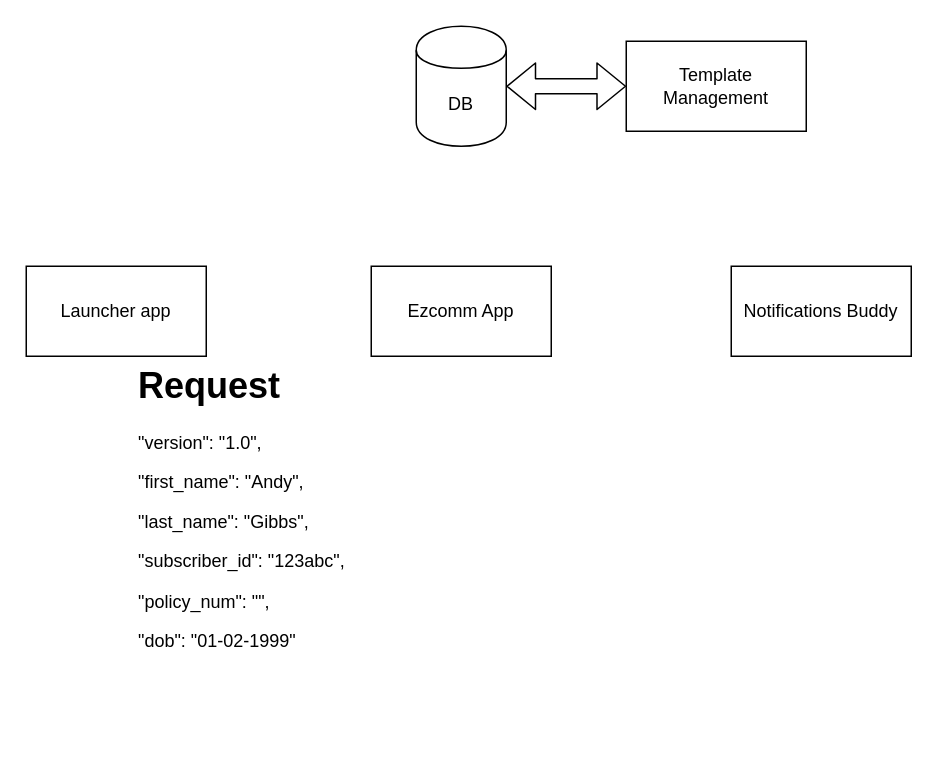
Above: Ezcomm_flow_req_and_res_bodies.drawio in rachakondaharish/DrawIo (draw.io), before the change. Source tidied: cells renumbered, new cells numbered last; positions are measured from the earlier drawing's top-left corner, leaving out a move shared by most shapes. Both pictures are drawn from the tidied source at 150%, with x=0, y=0 at pixel (26, 26).
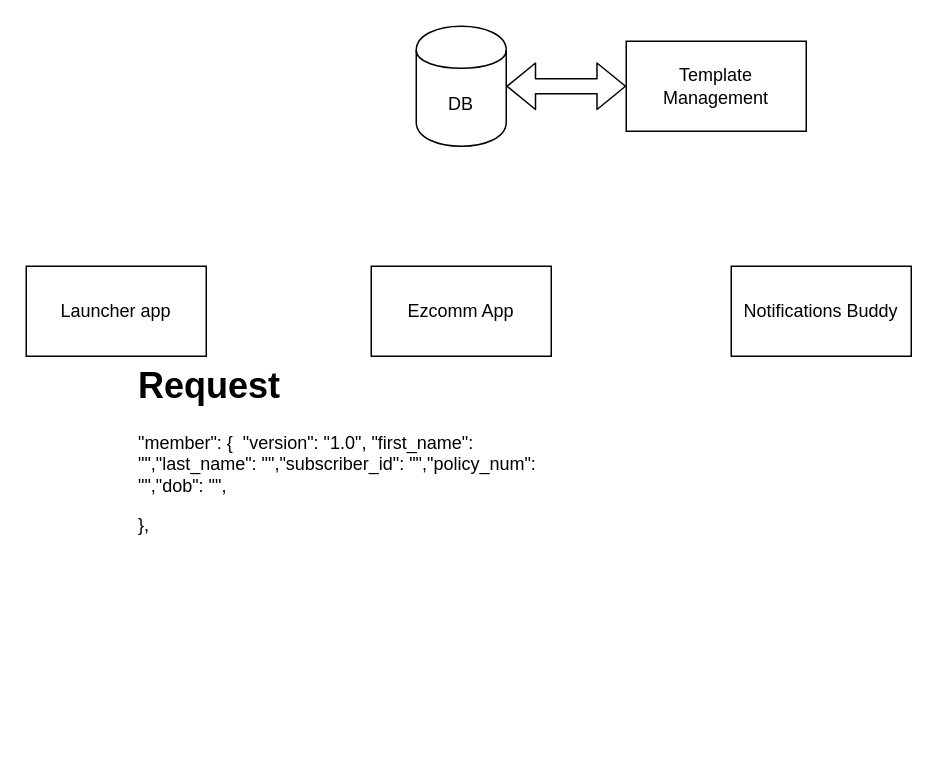
The same page after the edit.

The edit, as a diff of the source:
```diff
@@
 <mxGraphModel>
   <root>
     <mxCell id="0" />
     <mxCell id="1" parent="0" />
     <mxCell id="2" value="Launcher app" style="rounded=0;whiteSpace=wrap;html=1;fillColor=#ffffff;" parent="1" vertex="1">
       <mxGeometry y="160" width="120" height="60" as="geometry" />
     </mxCell>
     <mxCell id="3" value="Ezcomm App" style="rounded=0;whiteSpace=wrap;html=1;fillColor=#ffffff;" parent="1" vertex="1">
       <mxGeometry x="230" y="160" width="120" height="60" as="geometry" />
     </mxCell>
     <mxCell id="4" value="DB" style="shape=cylinder;whiteSpace=wrap;html=1;boundedLbl=1;backgroundOutline=1;fillColor=#ffffff;" parent="1" vertex="1">
       <mxGeometry x="260" width="60" height="80" as="geometry" />
     </mxCell>
     <mxCell id="5" value="Notifications Buddy" style="rounded=0;whiteSpace=wrap;html=1;fillColor=#ffffff;" parent="1" vertex="1">
       <mxGeometry x="470" y="160" width="120" height="60" as="geometry" />
     </mxCell>
     <mxCell id="6" value="&lt;span&gt;Template Management&lt;/span&gt;" style="rounded=0;whiteSpace=wrap;html=1;fillColor=#ffffff;" parent="1" vertex="1">
       <mxGeometry x="400" y="10" width="120" height="60" as="geometry" />
     </mxCell>
     <mxCell id="7" style="shape=flexArrow;endArrow=classic;startArrow=classic;html=1;entryX=0;entryY=0.5;entryDx=0;entryDy=0;exitX=1;exitY=0.5;exitDx=0;exitDy=0;" parent="1" edge="1" source="4" target="6">
       <mxGeometry relative="1" as="geometry" />
     </mxCell>
-    <mxCell id="8" value="&lt;h1&gt;Request&lt;/h1&gt;&lt;p&gt;&quot;version&quot;: &quot;1.0&quot;,&lt;/p&gt;&lt;p&gt;&quot;first_name&quot;: &quot;Andy&quot;,&lt;/p&gt;&lt;p&gt;&quot;last_name&quot;: &quot;Gibbs&quot;,&lt;/p&gt;&lt;p&gt;&quot;subscriber_id&quot;: &quot;123abc&quot;,&lt;/p&gt;&lt;p&gt;&quot;policy_num&quot;: &quot;&quot;,&lt;/p&gt;&lt;p&gt;&quot;dob&quot;: &quot;01-02-1999&quot;&lt;/p&gt;" style="text;html=1;strokeColor=none;fillColor=none;spacing=5;spacingTop=-20;whiteSpace=wrap;overflow=hidden;rounded=0;" parent="1" vertex="1">
-      <mxGeometry x="70" y="220" width="180" height="210" as="geometry" />
+    <mxCell id="8" value="&lt;h1&gt;Request&lt;/h1&gt;&lt;p&gt;&quot;member&quot;: {&amp;nbsp;&amp;nbsp;&lt;span&gt;&quot;version&quot;: &quot;1.0&quot;,&amp;nbsp;&lt;/span&gt;&lt;span&gt;&quot;first_name&quot;: &quot;&quot;,&lt;/span&gt;&lt;span&gt;&quot;last_name&quot;: &quot;&quot;,&lt;/span&gt;&lt;span&gt;&quot;subscriber_id&quot;: &quot;&quot;,&lt;/span&gt;&lt;span&gt;&quot;policy_num&quot;: &quot;&quot;,&lt;/span&gt;&lt;span&gt;&quot;dob&quot;: &quot;&quot;,&lt;/span&gt;&lt;/p&gt;&lt;p&gt;},&lt;/p&gt;" style="text;html=1;strokeColor=none;fillColor=none;spacing=5;spacingTop=-20;whiteSpace=wrap;overflow=hidden;rounded=0;" parent="1" vertex="1">
+      <mxGeometry x="70" y="220" width="300" height="250" as="geometry" />
     </mxCell>
   </root>
 </mxGraphModel>
```
